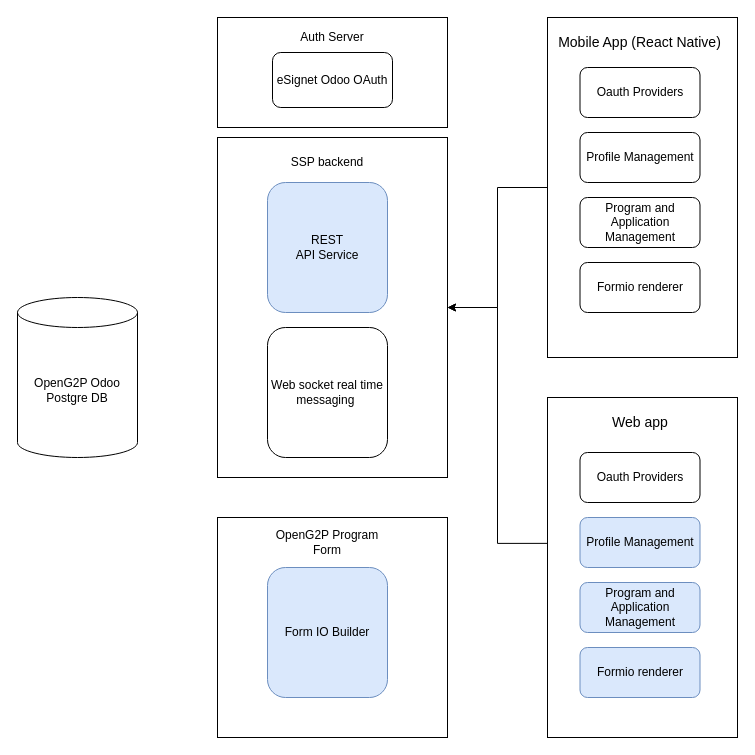
This is .gitbook/assets/self-service-portal.drawio from OpenG2P/openg2p-documentation, a draw.io file, before an edit. Source tidied: cells renumbered, new cells numbered last; positions are measured from the earlier drawing's top-left corner, leaving out a move shared by most shapes. Both pictures are drawn from the tidied source at 100%, with x=0, y=0 at pixel (17, 17).
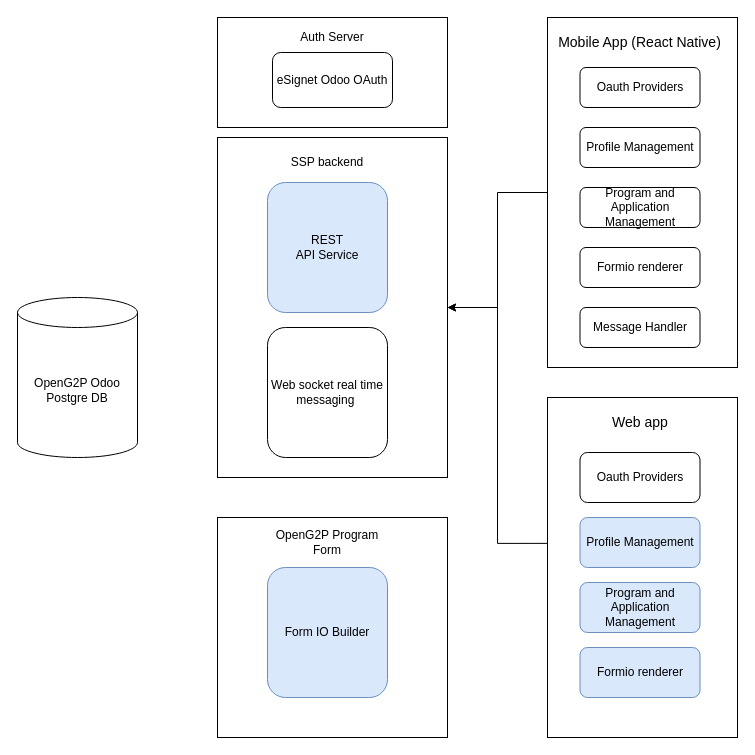
The same page after the edit.

What changed in the source:
```diff
@@
     <mxCell id="4" style="rounded=0;whiteSpace=wrap;html=1;" parent="1" vertex="1">
-      <mxGeometry x="530" width="190" height="340" as="geometry" />
+      <mxGeometry x="530" width="190" height="350" as="geometry" />
     </mxCell>
@@
     <mxCell id="11" value="Formio renderer" style="rounded=1;whiteSpace=wrap;html=1;" parent="1" vertex="1">
-      <mxGeometry x="562.5" y="245" width="120" height="50" as="geometry" />
+      <mxGeometry x="562.5" y="230" width="120" height="40" as="geometry" />
     </mxCell>
@@
     <mxCell id="19" value="Oauth Providers" style="rounded=1;whiteSpace=wrap;html=1;" parent="1" vertex="1">
-      <mxGeometry x="562.5" y="50" width="120" height="50" as="geometry" />
+      <mxGeometry x="562.5" y="50" width="120" height="40" as="geometry" />
     </mxCell>
     <mxCell id="20" value="Profile Management" style="rounded=1;whiteSpace=wrap;html=1;" parent="1" vertex="1">
-      <mxGeometry x="562.5" y="115" width="120" height="50" as="geometry" />
+      <mxGeometry x="562.5" y="110" width="120" height="40" as="geometry" />
     </mxCell>
     <mxCell id="21" value="Program and Application Management" style="rounded=1;whiteSpace=wrap;html=1;" parent="1" vertex="1">
-      <mxGeometry x="562.5" y="180" width="120" height="50" as="geometry" />
+      <mxGeometry x="562.5" y="170" width="120" height="40" as="geometry" />
     </mxCell>
@@
+    <mxCell id="27" value="Message Handler" style="rounded=1;whiteSpace=wrap;html=1;" parent="1" vertex="1">
+      <mxGeometry x="562.5" y="290" width="120" height="40" as="geometry" />
+    </mxCell>
```
